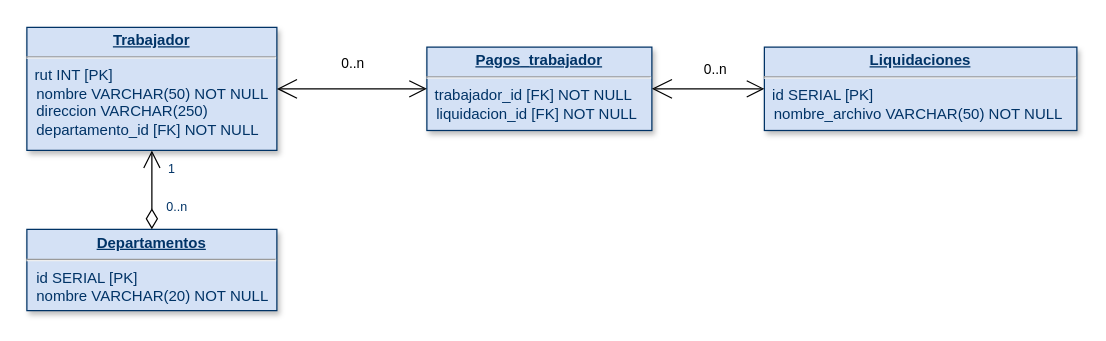
Above: Modelo Fisico - Caso 1.drawio in Cyfon7/Desafio---Modelamiento-BD (draw.io), before the change. Source tidied: cells renumbered, new cells numbered last; positions are measured from the earlier drawing's top-left corner, leaving out a move shared by most shapes. Both pictures are drawn from the tidied source at 125%, with x=0, y=0 at pixel (26, 26).
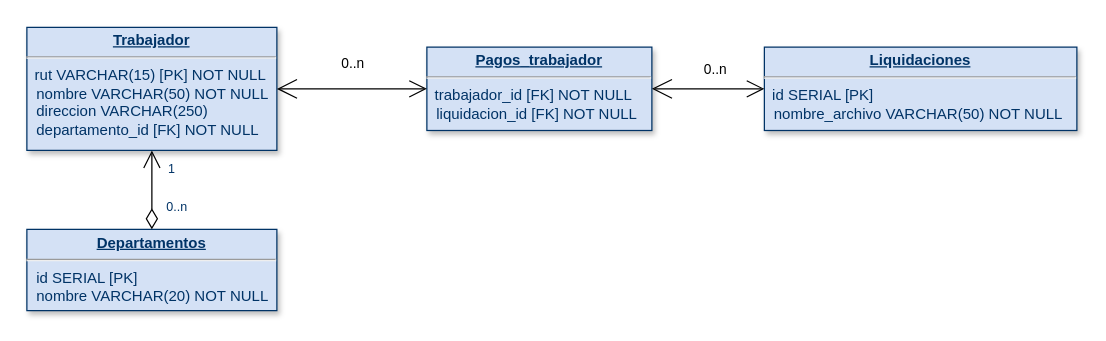
After the change.

What changed in the source:
```diff
@@
 <mxGraphModel background="#ffffff">
   <root>
     <mxCell id="0" />
     <mxCell id="1" parent="0" />
     <mxCell id="2" value="&lt;p style=&quot;margin: 0px ; margin-top: 4px ; text-align: center ; text-decoration: underline&quot;&gt;&lt;strong&gt;Departamentos&lt;br&gt;&lt;/strong&gt;&lt;/p&gt;&lt;hr&gt;&lt;p style=&quot;margin: 0px ; margin-left: 8px&quot;&gt;id SERIAL [PK]&lt;/p&gt;&lt;p style=&quot;margin: 0px ; margin-left: 8px&quot;&gt;nombre VARCHAR(20) NOT NULL&lt;br&gt;&lt;/p&gt;" style="verticalAlign=top;align=left;overflow=fill;fontSize=12;fontFamily=Helvetica;html=1;strokeColor=#003366;shadow=1;fillColor=#D4E1F5;fontColor=#003366;" parent="1" vertex="1">
       <mxGeometry y="162" width="200" height="65" as="geometry" />
     </mxCell>
-    <mxCell id="3" value="&lt;p style=&quot;margin: 0px ; margin-top: 4px ; text-align: center ; text-decoration: underline&quot;&gt;&lt;strong&gt;Trabajador&lt;br&gt;&lt;/strong&gt;&lt;/p&gt;&lt;hr&gt;&amp;nbsp; rut INT [PK]&lt;br&gt;&lt;p style=&quot;margin: 0px ; margin-left: 8px&quot;&gt;nombre VARCHAR(50) NOT NULL&lt;br&gt;&lt;/p&gt;&lt;p style=&quot;margin: 0px ; margin-left: 8px&quot;&gt;direccion VARCHAR(250)&lt;br&gt;&lt;/p&gt;&lt;p style=&quot;margin: 0px ; margin-left: 8px&quot;&gt;departamento_id [FK] NOT NULL&lt;br&gt;&lt;/p&gt;" style="verticalAlign=top;align=left;overflow=fill;fontSize=12;fontFamily=Helvetica;html=1;strokeColor=#003366;shadow=1;fillColor=#D4E1F5;fontColor=#003366;" parent="1" vertex="1">
+    <mxCell id="3" value="&lt;p style=&quot;margin: 0px ; margin-top: 4px ; text-align: center ; text-decoration: underline&quot;&gt;&lt;strong&gt;Trabajador&lt;br&gt;&lt;/strong&gt;&lt;/p&gt;&lt;hr&gt;&amp;nbsp; rut VARCHAR(15) [PK] NOT NULL&lt;br&gt;&lt;p style=&quot;margin: 0px ; margin-left: 8px&quot;&gt;nombre VARCHAR(50) NOT NULL&lt;br&gt;&lt;/p&gt;&lt;p style=&quot;margin: 0px ; margin-left: 8px&quot;&gt;direccion VARCHAR(250)&lt;br&gt;&lt;/p&gt;&lt;p style=&quot;margin: 0px ; margin-left: 8px&quot;&gt;departamento_id [FK] NOT NULL&lt;br&gt;&lt;/p&gt;" style="verticalAlign=top;align=left;overflow=fill;fontSize=12;fontFamily=Helvetica;html=1;strokeColor=#003366;shadow=1;fillColor=#D4E1F5;fontColor=#003366;" parent="1" vertex="1">
       <mxGeometry y="0.4" width="200" height="98.4" as="geometry" />
     </mxCell>
     <mxCell id="4" style="endArrow=open;endSize=12;startArrow=diamondThin;startSize=14;startFill=0;edgeStyle=orthogonalEdgeStyle;entryX=0.5;entryY=1;entryDx=0;entryDy=0;exitX=0.5;exitY=0;exitDx=0;exitDy=0;" parent="1" edge="1" source="2" target="3">
       <mxGeometry x="620" y="260" as="geometry" />
     </mxCell>
     <mxCell id="5" value="0..n" style="align=left;verticalAlign=top;labelBackgroundColor=#ffffff;fontSize=10;strokeColor=#003366;shadow=1;fillColor=#D4E1F5;fontColor=#003366;" parent="4" vertex="1">
       <mxGeometry x="-1" relative="1" as="geometry">
         <mxPoint x="10" y="-30" as="offset" />
       </mxGeometry>
     </mxCell>
     <mxCell id="6" value="1" style="align=right;verticalAlign=top;labelBackgroundColor=#ffffff;fontSize=10;strokeColor=#003366;shadow=1;fillColor=#D4E1F5;fontColor=#003366;" parent="4" vertex="1">
       <mxGeometry x="1" relative="1" as="geometry">
         <mxPoint x="20" y="2" as="offset" />
       </mxGeometry>
     </mxCell>
     <mxCell id="7" value="&lt;p style=&quot;margin: 0px ; margin-top: 4px ; text-align: center ; text-decoration: underline&quot;&gt;&lt;strong&gt;Liquidaciones&lt;br&gt;&lt;/strong&gt;&lt;/p&gt;&lt;hr&gt;&amp;nbsp; id SERIAL [PK]&lt;br&gt;&lt;p style=&quot;margin: 0px ; margin-left: 8px&quot;&gt;nombre_archivo VARCHAR(50) NOT NULL&lt;br&gt;&lt;/p&gt;" style="verticalAlign=top;align=left;overflow=fill;fontSize=12;fontFamily=Helvetica;html=1;strokeColor=#003366;shadow=1;fillColor=#D4E1F5;fontColor=#003366;" parent="1" vertex="1">
       <mxGeometry x="590" y="16.2" width="250" height="66.7" as="geometry" />
     </mxCell>
     <mxCell id="8" value="&lt;p style=&quot;margin: 0px ; margin-top: 4px ; text-align: center ; text-decoration: underline&quot;&gt;&lt;strong&gt;Pagos_trabajador&lt;br&gt;&lt;/strong&gt;&lt;/p&gt;&lt;hr&gt;&amp;nbsp; trabajador_id [FK] NOT NULL&lt;br&gt;&lt;p style=&quot;margin: 0px ; margin-left: 8px&quot;&gt;liquidacion_id [FK] NOT NULL&lt;br&gt;&lt;/p&gt;" style="verticalAlign=top;align=left;overflow=fill;fontSize=12;fontFamily=Helvetica;html=1;strokeColor=#003366;shadow=1;fillColor=#D4E1F5;fontColor=#003366;" parent="1" vertex="1">
       <mxGeometry x="320" y="16.2" width="180" height="66.7" as="geometry" />
     </mxCell>
     <mxCell id="9" style="endArrow=open;html=1;endSize=12;startArrow=open;startSize=14;startFill=0;edgeStyle=orthogonalEdgeStyle;entryX=0;entryY=0.5;entryDx=0;entryDy=0;exitX=1;exitY=0.5;exitDx=0;exitDy=0;" parent="1" edge="1" source="3" target="8">
       <mxGeometry relative="1" as="geometry" />
     </mxCell>
     <mxCell id="10" value="0..n" style="edgeLabel;html=1;align=left;verticalAlign=top;" parent="9" vertex="1">
       <mxGeometry x="-1" relative="1" as="geometry">
         <mxPoint x="50" y="-33.4" as="offset" />
       </mxGeometry>
     </mxCell>
     <mxCell id="11" style="endArrow=open;html=1;endSize=12;startArrow=open;startSize=14;startFill=0;edgeStyle=orthogonalEdgeStyle;exitX=1;exitY=0.5;exitDx=0;exitDy=0;entryX=0;entryY=0.5;entryDx=0;entryDy=0;" parent="1" edge="1" source="8" target="7">
       <mxGeometry relative="1" as="geometry" />
     </mxCell>
     <mxCell id="12" value="0..n" style="edgeLabel;html=1;align=left;verticalAlign=top;" parent="11" vertex="1">
       <mxGeometry x="-1" relative="1" as="geometry">
         <mxPoint x="40" y="-28.7" as="offset" />
       </mxGeometry>
     </mxCell>
   </root>
 </mxGraphModel>
```
